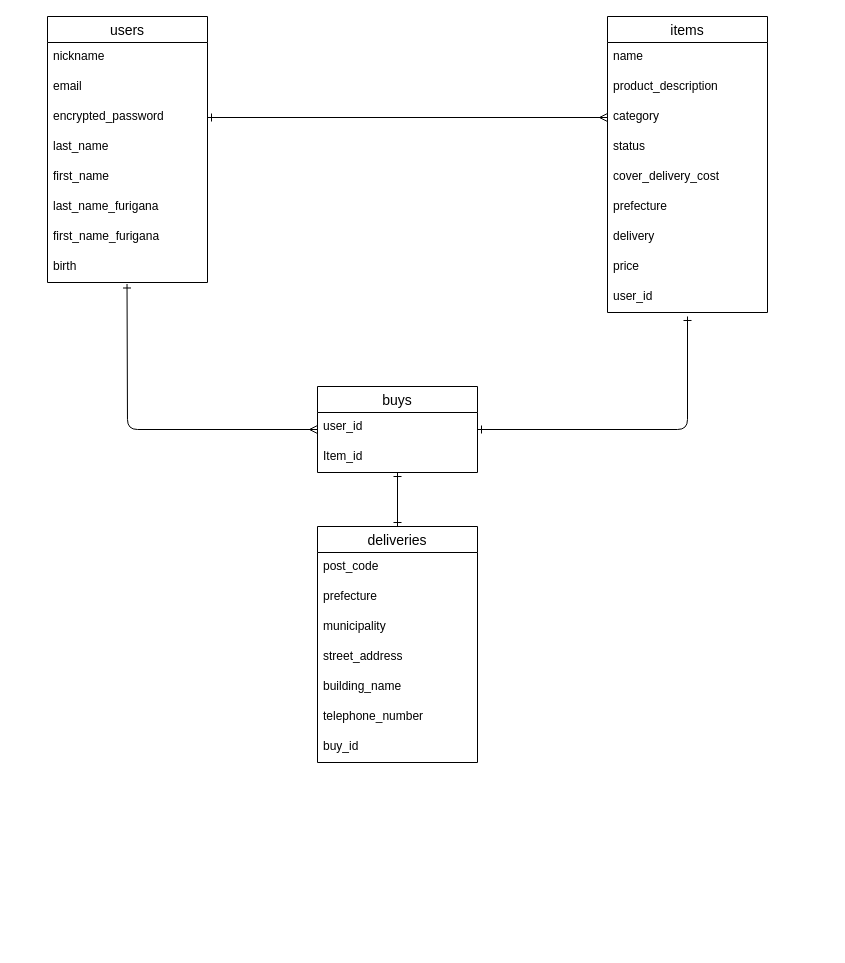
masaki-tec/furima-plus keeps this draw.io diagram as page "ページ1" (1 of 2) of ER.dio. Above is the earlier version. Source tidied: cells renumbered, new cells numbered last; positions are measured from the earlier drawing's top-left corner, leaving out a move shared by most shapes. Both pictures are drawn from the tidied source at 100%, with x=0, y=0 at pixel (47, 16).
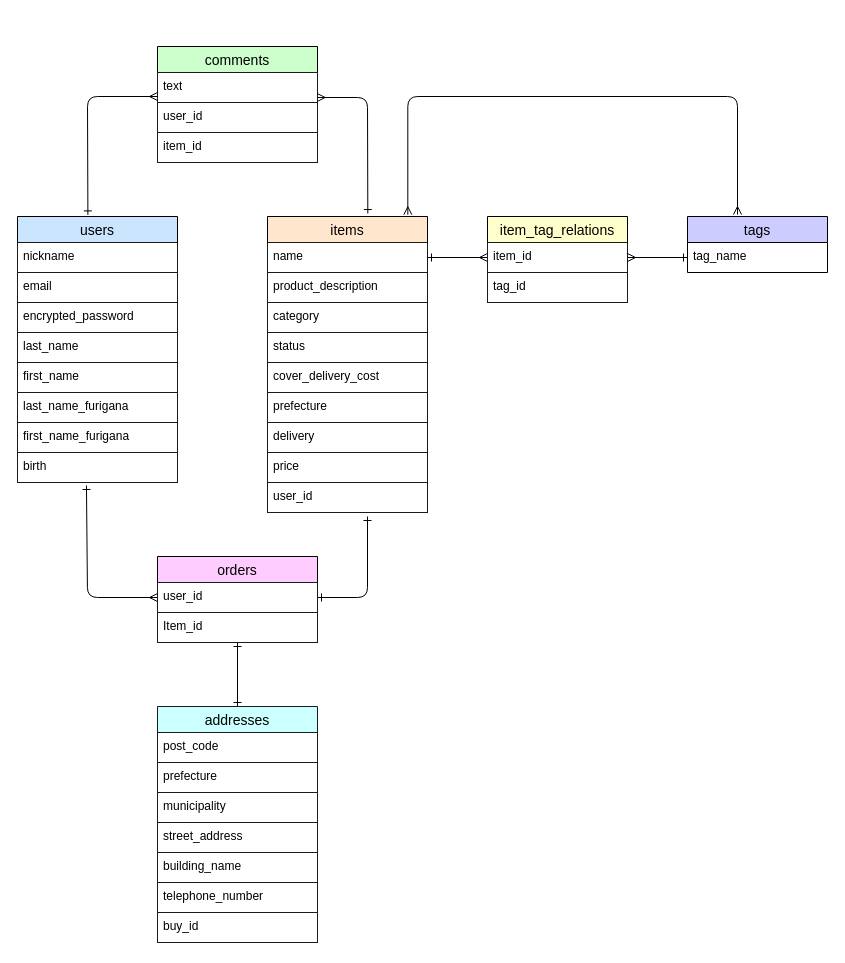
Above is the later version.

Commit message (it also covers changes not shown here):
ER図と画面遷移図の記載

Diff of the diagram source:
```diff
@@
-    <mxCell id="2" value="users" style="swimlane;fontStyle=0;horizontal=1;startSize=26;align=center;fontSize=14;" parent="1" vertex="1">
-      <mxGeometry width="160" height="266" as="geometry" />
+    <mxCell id="2" value="users" style="swimlane;fontStyle=0;horizontal=1;startSize=26;align=center;fontSize=14;fillColor=#CCE5FF;" parent="1" vertex="1">
+      <mxGeometry x="-30" y="200" width="160" height="266" as="geometry" />
     </mxCell>
-    <mxCell id="3" value="nickname" style="text;strokeColor=none;fillColor=none;spacingLeft=4;spacingRight=4;overflow=hidden;fontSize=12;" parent="2" vertex="1">
+    <mxCell id="3" value="nickname" style="text;strokeColor=#1A1A1A;fillColor=none;spacingLeft=4;spacingRight=4;overflow=hidden;fontSize=12;" parent="2" vertex="1">
       <mxGeometry y="26" width="160" height="30" as="geometry" />
     </mxCell>
-    <mxCell id="4" value="email" style="text;strokeColor=none;fillColor=none;spacingLeft=4;spacingRight=4;overflow=hidden;fontSize=12;" parent="2" vertex="1">
+    <mxCell id="4" value="email" style="text;strokeColor=#1A1A1A;fillColor=none;spacingLeft=4;spacingRight=4;overflow=hidden;fontSize=12;" parent="2" vertex="1">
       <mxGeometry y="56" width="160" height="30" as="geometry" />
     </mxCell>
-    <mxCell id="5" value="encrypted_password" style="text;strokeColor=none;fillColor=none;spacingLeft=4;spacingRight=4;overflow=hidden;points=[[0,0.5],[1,0.5]];portConstraint=eastwest;fontSize=12;" parent="2" vertex="1">
+    <mxCell id="5" value="encrypted_password" style="text;strokeColor=#1A1A1A;fillColor=none;spacingLeft=4;spacingRight=4;overflow=hidden;points=[[0,0.5],[1,0.5]];portConstraint=eastwest;fontSize=12;" parent="2" vertex="1">
       <mxGeometry y="86" width="160" height="30" as="geometry" />
     </mxCell>
-    <mxCell id="6" value="last_name" style="text;strokeColor=none;fillColor=none;spacingLeft=4;spacingRight=4;overflow=hidden;fontSize=12;" parent="2" vertex="1">
+    <mxCell id="6" value="last_name" style="text;strokeColor=#1A1A1A;fillColor=none;spacingLeft=4;spacingRight=4;overflow=hidden;fontSize=12;" parent="2" vertex="1">
       <mxGeometry y="116" width="160" height="30" as="geometry" />
     </mxCell>
-    <mxCell id="7" value="first_name" style="text;strokeColor=none;fillColor=none;spacingLeft=4;spacingRight=4;overflow=hidden;fontSize=12;" parent="2" vertex="1">
+    <mxCell id="7" value="first_name" style="text;strokeColor=#1A1A1A;fillColor=none;spacingLeft=4;spacingRight=4;overflow=hidden;fontSize=12;" parent="2" vertex="1">
       <mxGeometry y="146" width="160" height="30" as="geometry" />
     </mxCell>
-    <mxCell id="8" value="last_name_furigana" style="text;strokeColor=none;fillColor=none;spacingLeft=4;spacingRight=4;overflow=hidden;fontSize=12;" parent="2" vertex="1">
+    <mxCell id="8" value="last_name_furigana" style="text;strokeColor=#1A1A1A;fillColor=none;spacingLeft=4;spacingRight=4;overflow=hidden;fontSize=12;" parent="2" vertex="1">
       <mxGeometry y="176" width="160" height="30" as="geometry" />
     </mxCell>
-    <mxCell id="9" value="first_name_furigana" style="text;strokeColor=none;fillColor=none;spacingLeft=4;spacingRight=4;overflow=hidden;fontSize=12;" parent="2" vertex="1">
+    <mxCell id="9" value="first_name_furigana" style="text;strokeColor=#1A1A1A;fillColor=none;spacingLeft=4;spacingRight=4;overflow=hidden;fontSize=12;" parent="2" vertex="1">
       <mxGeometry y="206" width="160" height="30" as="geometry" />
     </mxCell>
-    <mxCell id="10" value="birth" style="text;strokeColor=none;fillColor=none;spacingLeft=4;spacingRight=4;overflow=hidden;points=[[0,0.5],[1,0.5]];portConstraint=eastwest;fontSize=12;" parent="2" vertex="1">
+    <mxCell id="10" value="birth" style="text;strokeColor=#1A1A1A;fillColor=none;spacingLeft=4;spacingRight=4;overflow=hidden;points=[[0,0.5],[1,0.5]];portConstraint=eastwest;fontSize=12;" parent="2" vertex="1">
       <mxGeometry y="236" width="160" height="30" as="geometry" />
     </mxCell>
-    <mxCell id="11" value="items" style="swimlane;fontStyle=0;horizontal=1;startSize=26;align=center;fontSize=14;" parent="1" vertex="1">
-      <mxGeometry x="560" width="160" height="296" as="geometry" />
+    <mxCell id="11" value="items" style="swimlane;fontStyle=0;horizontal=1;startSize=26;align=center;fontSize=14;fillColor=#FFE6CC;" parent="1" vertex="1">
+      <mxGeometry x="220" y="200" width="160" height="296" as="geometry" />
     </mxCell>
-    <mxCell id="12" value="name" style="text;strokeColor=none;fillColor=none;spacingLeft=4;spacingRight=4;overflow=hidden;points=[[0,0.5],[1,0.5]];portConstraint=eastwest;fontSize=12;" parent="11" vertex="1">
+    <mxCell id="12" value="name" style="text;strokeColor=#1A1A1A;fillColor=none;spacingLeft=4;spacingRight=4;overflow=hidden;points=[[0,0.5],[1,0.5]];portConstraint=eastwest;fontSize=12;" parent="11" vertex="1">
       <mxGeometry y="26" width="160" height="30" as="geometry" />
     </mxCell>
-    <mxCell id="13" value="product_description" style="text;strokeColor=none;fillColor=none;spacingLeft=4;spacingRight=4;overflow=hidden;fontSize=12;" parent="11" vertex="1">
+    <mxCell id="13" value="product_description" style="text;strokeColor=#1A1A1A;fillColor=none;spacingLeft=4;spacingRight=4;overflow=hidden;fontSize=12;" parent="11" vertex="1">
       <mxGeometry y="56" width="160" height="30" as="geometry" />
     </mxCell>
-    <mxCell id="14" value="category" style="text;strokeColor=none;fillColor=none;spacingLeft=4;spacingRight=4;overflow=hidden;points=[[0,0.5],[1,0.5]];portConstraint=eastwest;fontSize=12;" parent="11" vertex="1">
+    <mxCell id="14" value="category" style="text;strokeColor=#1A1A1A;fillColor=none;spacingLeft=4;spacingRight=4;overflow=hidden;points=[[0,0.5],[1,0.5]];portConstraint=eastwest;fontSize=12;" parent="11" vertex="1">
       <mxGeometry y="86" width="160" height="30" as="geometry" />
     </mxCell>
-    <mxCell id="15" value="status" style="text;strokeColor=none;fillColor=none;spacingLeft=4;spacingRight=4;overflow=hidden;fontSize=12;" parent="11" vertex="1">
+    <mxCell id="15" value="status" style="text;strokeColor=#1A1A1A;fillColor=none;spacingLeft=4;spacingRight=4;overflow=hidden;fontSize=12;" parent="11" vertex="1">
       <mxGeometry y="116" width="160" height="30" as="geometry" />
     </mxCell>
-    <mxCell id="16" value="cover_delivery_cost" style="text;strokeColor=none;fillColor=none;spacingLeft=4;spacingRight=4;overflow=hidden;fontSize=12;" parent="11" vertex="1">
+    <mxCell id="16" value="cover_delivery_cost" style="text;strokeColor=#1A1A1A;fillColor=none;spacingLeft=4;spacingRight=4;overflow=hidden;fontSize=12;" parent="11" vertex="1">
       <mxGeometry y="146" width="160" height="30" as="geometry" />
     </mxCell>
-    <mxCell id="17" value="prefecture" style="text;strokeColor=none;fillColor=none;spacingLeft=4;spacingRight=4;overflow=hidden;fontSize=12;" parent="11" vertex="1">
+    <mxCell id="17" value="prefecture" style="text;strokeColor=#1A1A1A;fillColor=none;spacingLeft=4;spacingRight=4;overflow=hidden;fontSize=12;" parent="11" vertex="1">
       <mxGeometry y="176" width="160" height="30" as="geometry" />
     </mxCell>
-    <mxCell id="18" value="delivery" style="text;strokeColor=none;fillColor=none;spacingLeft=4;spacingRight=4;overflow=hidden;fontSize=12;" parent="11" vertex="1">
+    <mxCell id="18" value="delivery" style="text;strokeColor=#1A1A1A;fillColor=none;spacingLeft=4;spacingRight=4;overflow=hidden;fontSize=12;" parent="11" vertex="1">
       <mxGeometry y="206" width="160" height="30" as="geometry" />
     </mxCell>
-    <mxCell id="19" value="price" style="text;strokeColor=none;fillColor=none;spacingLeft=4;spacingRight=4;overflow=hidden;fontSize=12;" parent="11" vertex="1">
+    <mxCell id="19" value="price" style="text;strokeColor=#1A1A1A;fillColor=none;spacingLeft=4;spacingRight=4;overflow=hidden;fontSize=12;" parent="11" vertex="1">
       <mxGeometry y="236" width="160" height="30" as="geometry" />
     </mxCell>
-    <mxCell id="20" value="user_id" style="text;strokeColor=none;fillColor=none;spacingLeft=4;spacingRight=4;overflow=hidden;points=[[0,0.5],[1,0.5]];portConstraint=eastwest;fontSize=12;" parent="11" vertex="1">
+    <mxCell id="20" value="user_id" style="text;strokeColor=#1A1A1A;fillColor=none;spacingLeft=4;spacingRight=4;overflow=hidden;points=[[0,0.5],[1,0.5]];portConstraint=eastwest;fontSize=12;" parent="11" vertex="1">
       <mxGeometry y="266" width="160" height="30" as="geometry" />
     </mxCell>
-    <mxCell id="21" style="edgeStyle=none;jumpSize=6;html=1;exitX=0;exitY=0.5;exitDx=0;exitDy=0;entryX=0.497;entryY=1.05;entryDx=0;entryDy=0;entryPerimeter=0;strokeWidth=1;startArrow=ERmany;startFill=0;endArrow=ERone;endFill=0;endSize=6;" parent="1" edge="1" source="24" target="10">
+    <mxCell id="21" style="edgeStyle=none;jumpSize=6;html=1;exitX=0;exitY=0.5;exitDx=0;exitDy=0;strokeWidth=1;startArrow=ERmany;startFill=0;endArrow=ERone;endFill=0;endSize=6;entryX=0.431;entryY=1.1;entryDx=0;entryDy=0;entryPerimeter=0;" parent="1" edge="1" source="25" target="10">
       <mxGeometry relative="1" as="geometry">
         <Array as="points">
-          <mxPoint x="80" y="413" />
+          <mxPoint x="40" y="581" />
         </Array>
       </mxGeometry>
     </mxCell>
-    <mxCell id="22" style="edgeStyle=none;jumpSize=6;html=1;exitX=1;exitY=0.5;exitDx=0;exitDy=0;strokeWidth=1;startArrow=ERone;startFill=0;endArrow=ERone;endFill=0;endSize=6;entryX=0.5;entryY=1.133;entryDx=0;entryDy=0;entryPerimeter=0;" parent="1" edge="1" source="24" target="20">
+    <mxCell id="22" style="edgeStyle=none;jumpSize=6;html=1;exitX=1;exitY=0.5;exitDx=0;exitDy=0;strokeWidth=1;startArrow=ERone;startFill=0;endArrow=ERone;endFill=0;endSize=6;" parent="1" edge="1" source="25">
       <mxGeometry relative="1" as="geometry">
+        <mxPoint x="320" y="500" as="targetPoint" />
         <Array as="points">
-          <mxPoint x="640" y="413" />
+          <mxPoint x="320" y="581" />
         </Array>
       </mxGeometry>
     </mxCell>
@@
-    <mxCell id="24" value="buys" style="swimlane;fontStyle=0;horizontal=1;startSize=26;align=center;fontSize=14;" parent="1" vertex="1">
-      <mxGeometry x="270" y="370" width="160" height="86" as="geometry" />
+    <mxCell id="24" value="orders" style="swimlane;fontStyle=0;horizontal=1;startSize=26;align=center;fontSize=14;fillColor=#FFCCFF;" parent="1" vertex="1">
+      <mxGeometry x="110" y="540" width="160" height="86" as="geometry" />
     </mxCell>
-    <mxCell id="25" value="user_id" style="text;strokeColor=none;fillColor=none;spacingLeft=4;spacingRight=4;overflow=hidden;points=[[0,0.5],[1,0.5]];portConstraint=eastwest;fontSize=12;" parent="24" vertex="1">
+    <mxCell id="25" value="user_id" style="text;strokeColor=#1A1A1A;fillColor=none;spacingLeft=4;spacingRight=4;overflow=hidden;points=[[0,0.5],[1,0.5]];portConstraint=eastwest;fontSize=12;" parent="24" vertex="1">
       <mxGeometry y="26" width="160" height="30" as="geometry" />
     </mxCell>
-    <mxCell id="26" value="Item_id" style="text;strokeColor=none;fillColor=none;spacingLeft=4;spacingRight=4;overflow=hidden;fontSize=12;" parent="24" vertex="1">
+    <mxCell id="26" value="Item_id" style="text;strokeColor=#1A1A1A;fillColor=none;spacingLeft=4;spacingRight=4;overflow=hidden;fontSize=12;" parent="24" vertex="1">
       <mxGeometry y="56" width="160" height="30" as="geometry" />
     </mxCell>
-    <mxCell id="27" value="deliveries" style="swimlane;fontStyle=0;horizontal=1;startSize=26;align=center;fontSize=14;" parent="1" vertex="1">
-      <mxGeometry x="270" y="510" width="160" height="236" as="geometry" />
+    <mxCell id="27" value="addresses" style="swimlane;fontStyle=0;horizontal=1;startSize=26;align=center;fontSize=14;fillColor=#CCFFFF;strokeColor=#1A1A1A;" parent="1" vertex="1">
+      <mxGeometry x="110" y="690" width="160" height="236" as="geometry" />
     </mxCell>
-    <mxCell id="28" value="post_code" style="text;strokeColor=none;fillColor=none;spacingLeft=4;spacingRight=4;overflow=hidden;fontSize=12;" parent="27" vertex="1">
+    <mxCell id="28" value="post_code" style="text;strokeColor=#1A1A1A;fillColor=none;spacingLeft=4;spacingRight=4;overflow=hidden;fontSize=12;" parent="27" vertex="1">
       <mxGeometry y="26" width="160" height="30" as="geometry" />
     </mxCell>
-    <mxCell id="29" value="prefecture" style="text;strokeColor=none;fillColor=none;spacingLeft=4;spacingRight=4;overflow=hidden;fontSize=12;" parent="27" vertex="1">
+    <mxCell id="29" value="prefecture" style="text;strokeColor=#1A1A1A;fillColor=none;spacingLeft=4;spacingRight=4;overflow=hidden;fontSize=12;" parent="27" vertex="1">
       <mxGeometry y="56" width="160" height="30" as="geometry" />
     </mxCell>
-    <mxCell id="30" value="municipality " style="text;strokeColor=none;fillColor=none;spacingLeft=4;spacingRight=4;overflow=hidden;fontSize=12;" parent="27" vertex="1">
+    <mxCell id="30" value="municipality " style="text;strokeColor=#1A1A1A;fillColor=none;spacingLeft=4;spacingRight=4;overflow=hidden;fontSize=12;" parent="27" vertex="1">
       <mxGeometry y="86" width="160" height="30" as="geometry" />
     </mxCell>
-    <mxCell id="31" value="street_address" style="text;strokeColor=none;fillColor=none;spacingLeft=4;spacingRight=4;overflow=hidden;fontSize=12;" parent="27" vertex="1">
+    <mxCell id="31" value="street_address" style="text;strokeColor=#1A1A1A;fillColor=none;spacingLeft=4;spacingRight=4;overflow=hidden;fontSize=12;" parent="27" vertex="1">
       <mxGeometry y="116" width="160" height="30" as="geometry" />
     </mxCell>
-    <mxCell id="32" value="building_name" style="text;strokeColor=none;fillColor=none;spacingLeft=4;spacingRight=4;overflow=hidden;fontSize=12;" parent="27" vertex="1">
+    <mxCell id="32" value="building_name" style="text;strokeColor=#1A1A1A;fillColor=none;spacingLeft=4;spacingRight=4;overflow=hidden;fontSize=12;" parent="27" vertex="1">
       <mxGeometry y="146" width="160" height="30" as="geometry" />
     </mxCell>
-    <mxCell id="33" value="telephone_number" style="text;strokeColor=none;fillColor=none;spacingLeft=4;spacingRight=4;overflow=hidden;fontSize=12;" parent="27" vertex="1">
+    <mxCell id="33" value="telephone_number" style="text;strokeColor=#1A1A1A;fillColor=none;spacingLeft=4;spacingRight=4;overflow=hidden;fontSize=12;" parent="27" vertex="1">
       <mxGeometry y="176" width="160" height="30" as="geometry" />
     </mxCell>
-    <mxCell id="34" value="buy_id" style="text;strokeColor=none;fillColor=none;spacingLeft=4;spacingRight=4;overflow=hidden;fontSize=12;" parent="27" vertex="1">
+    <mxCell id="34" value="buy_id" style="text;strokeColor=#1A1A1A;fillColor=none;spacingLeft=4;spacingRight=4;overflow=hidden;fontSize=12;" parent="27" vertex="1">
       <mxGeometry y="206" width="160" height="30" as="geometry" />
     </mxCell>
-    <mxCell id="35" style="edgeStyle=none;jumpSize=6;html=1;exitX=1;exitY=0.5;exitDx=0;exitDy=0;entryX=0;entryY=0.5;entryDx=0;entryDy=0;strokeWidth=1;startArrow=ERone;startFill=0;endArrow=ERmany;endFill=0;endSize=6;" parent="1" edge="1" source="5" target="14">
+    <mxCell id="35" style="edgeStyle=none;jumpSize=6;html=1;exitX=1;exitY=0.5;exitDx=0;exitDy=0;strokeWidth=1;startArrow=ERone;startFill=0;endArrow=ERmany;endFill=0;endSize=6;entryX=0;entryY=0.5;entryDx=0;entryDy=0;" parent="1" edge="1" source="12" target="43">
       <mxGeometry relative="1" as="geometry" />
     </mxCell>
+    <mxCell id="36" value="comments" style="swimlane;fontStyle=0;horizontal=1;startSize=26;align=center;fontSize=14;fillColor=#CCFFCC;" parent="1" vertex="1">
+      <mxGeometry x="110" y="30" width="160" height="116" as="geometry" />
+    </mxCell>
+    <mxCell id="37" value="text&lt;div&gt;&lt;br&gt;&lt;/div&gt;&lt;div&gt;&lt;br&gt;&lt;/div&gt;" style="text;strokeColor=#1A1A1A;fillColor=none;spacingLeft=4;spacingRight=4;overflow=hidden;points=[[0,0.5],[1,0.5]];portConstraint=eastwest;fontSize=12;whiteSpace=wrap;html=1;" parent="36" vertex="1">
+      <mxGeometry y="26" width="160" height="30" as="geometry" />
+    </mxCell>
+    <mxCell id="38" value="user_id" style="text;strokeColor=#1A1A1A;fillColor=none;spacingLeft=4;spacingRight=4;overflow=hidden;fontSize=12;whiteSpace=wrap;html=1;" parent="36" vertex="1">
+      <mxGeometry y="56" width="160" height="30" as="geometry" />
+    </mxCell>
+    <mxCell id="39" value="item_id" style="text;strokeColor=#1A1A1A;fillColor=none;spacingLeft=4;spacingRight=4;overflow=hidden;fontSize=12;whiteSpace=wrap;html=1;" parent="36" vertex="1">
+      <mxGeometry y="86" width="160" height="30" as="geometry" />
+    </mxCell>
+    <mxCell id="40" style="edgeStyle=none;jumpSize=6;html=1;exitX=0.44;exitY=-0.006;exitDx=0;exitDy=0;entryX=0;entryY=0.5;entryDx=0;entryDy=0;strokeWidth=1;startArrow=ERone;startFill=0;endArrow=ERmany;endFill=0;endSize=6;exitPerimeter=0;" parent="1" edge="1" source="2">
+      <mxGeometry relative="1" as="geometry">
+        <mxPoint x="110" y="80" as="targetPoint" />
+        <Array as="points">
+          <mxPoint x="40" y="80" />
+        </Array>
+      </mxGeometry>
+    </mxCell>
+    <mxCell id="41" style="edgeStyle=none;jumpSize=6;html=1;entryX=0.998;entryY=0.833;entryDx=0;entryDy=0;strokeWidth=1;startArrow=ERone;startFill=0;endArrow=ERmany;endFill=0;endSize=6;entryPerimeter=0;exitX=0.627;exitY=-0.01;exitDx=0;exitDy=0;exitPerimeter=0;" parent="1" edge="1" source="11" target="37">
+      <mxGeometry relative="1" as="geometry">
+        <Array as="points">
+          <mxPoint x="320" y="81" />
+        </Array>
+      </mxGeometry>
+    </mxCell>
+    <mxCell id="42" value="item_tag_relations" style="swimlane;fontStyle=0;horizontal=1;startSize=26;align=center;fontSize=14;fillColor=#FFFFCC;" parent="1" vertex="1">
+      <mxGeometry x="440" y="200" width="140" height="86" as="geometry" />
+    </mxCell>
+    <mxCell id="43" value="item_id" style="text;strokeColor=#1A1A1A;fillColor=none;spacingLeft=4;spacingRight=4;overflow=hidden;points=[[0,0.5],[1,0.5]];portConstraint=eastwest;fontSize=12;whiteSpace=wrap;html=1;" parent="42" vertex="1">
+      <mxGeometry y="26" width="140" height="30" as="geometry" />
+    </mxCell>
+    <mxCell id="44" value="tag_id" style="text;strokeColor=#1A1A1A;fillColor=none;spacingLeft=4;spacingRight=4;overflow=hidden;fontSize=12;whiteSpace=wrap;html=1;" parent="42" vertex="1">
+      <mxGeometry y="56" width="140" height="30" as="geometry" />
+    </mxCell>
+    <mxCell id="45" value="tags" style="swimlane;fontStyle=0;horizontal=1;startSize=26;align=center;fontSize=14;fillColor=#CCCCFF;" parent="1" vertex="1">
+      <mxGeometry x="640" y="200" width="140" height="56" as="geometry" />
+    </mxCell>
+    <mxCell id="46" value="tag_name" style="text;strokeColor=none;fillColor=none;spacingLeft=4;spacingRight=4;overflow=hidden;points=[[0,0.5],[1,0.5]];portConstraint=eastwest;fontSize=12;whiteSpace=wrap;html=1;" parent="45" vertex="1">
+      <mxGeometry y="26" width="140" height="30" as="geometry" />
+    </mxCell>
+    <mxCell id="47" style="edgeStyle=none;jumpSize=6;html=1;exitX=0;exitY=0.5;exitDx=0;exitDy=0;strokeWidth=1;startArrow=ERone;startFill=0;endArrow=ERmany;endFill=0;endSize=6;entryX=1;entryY=0.5;entryDx=0;entryDy=0;" parent="1" edge="1" source="46" target="43">
+      <mxGeometry relative="1" as="geometry" />
+    </mxCell>
+    <mxCell id="48" style="edgeStyle=orthogonalEdgeStyle;fontSize=12;html=1;endArrow=ERmany;startArrow=ERmany;exitX=0.877;exitY=-0.006;exitDx=0;exitDy=0;exitPerimeter=0;" parent="1" edge="1" source="11">
+      <mxGeometry relative="1" as="geometry">
+        <mxPoint x="690" y="198" as="targetPoint" />
+        <Array as="points">
+          <mxPoint x="360" y="80" />
+          <mxPoint x="690" y="80" />
+        </Array>
+      </mxGeometry>
+    </mxCell>
```
